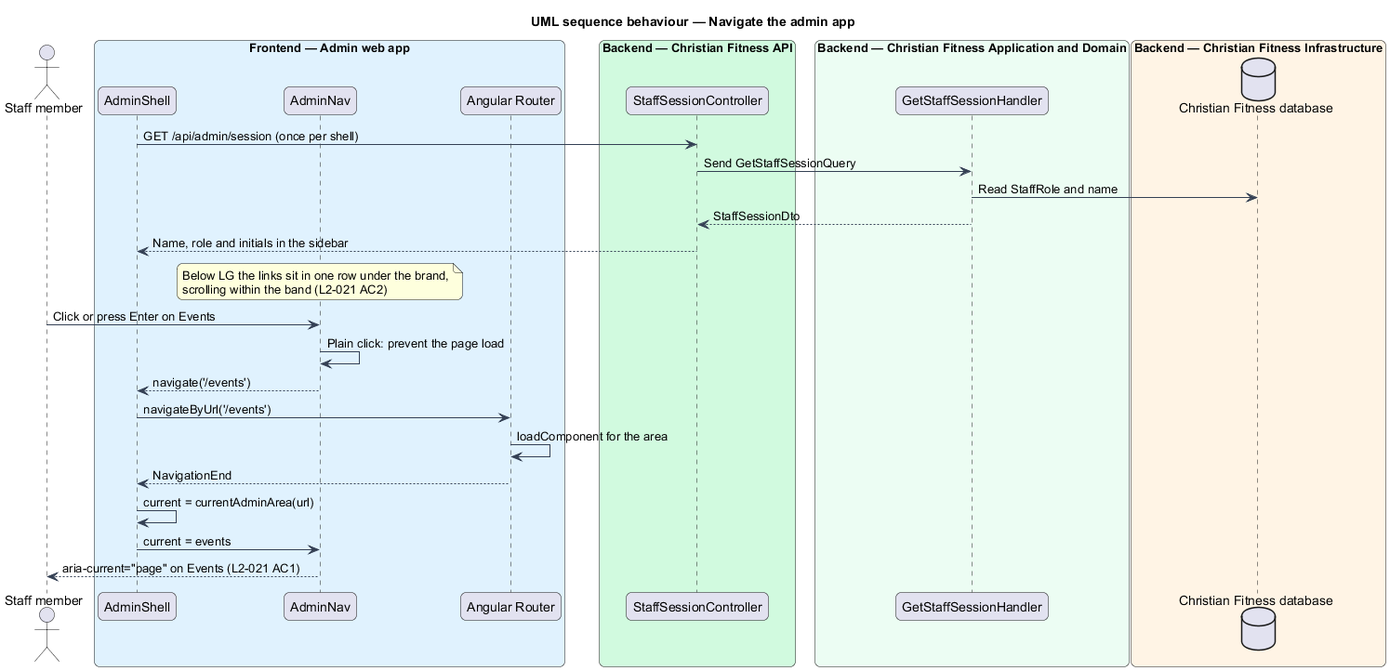
Earlier version of the PlantUML export docs/detailed-designs/admin-access/navigate-admin-app/diagrams/sequence-navigate.png (QuinntyneBrown/christian-fitness).
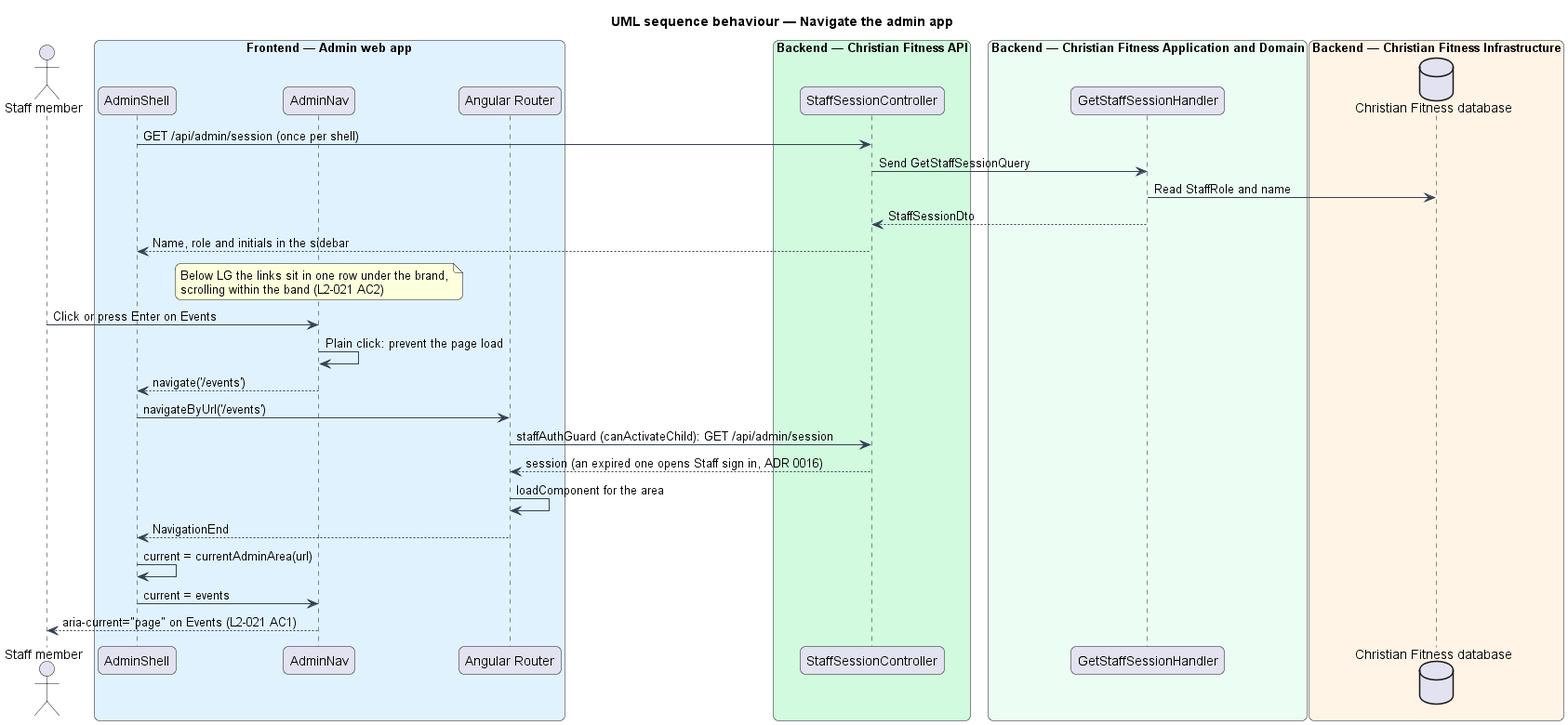
Later version of the same file.

What changed in the source:
```diff
@@ -39,6 +39,8 @@
 nav -> nav : Plain click: prevent the page load
 nav --> shell : navigate('/events')
 shell -> router : navigateByUrl('/events')
+router -> ctrl : staffAuthGuard (canActivateChild): GET /api/admin/session
+ctrl --> router : session (an expired one opens Staff sign in, ADR 0016)
 router -> router : loadComponent for the area
 router --> shell : NavigationEnd
 shell -> shell : current = currentAdminArea(url)
```
